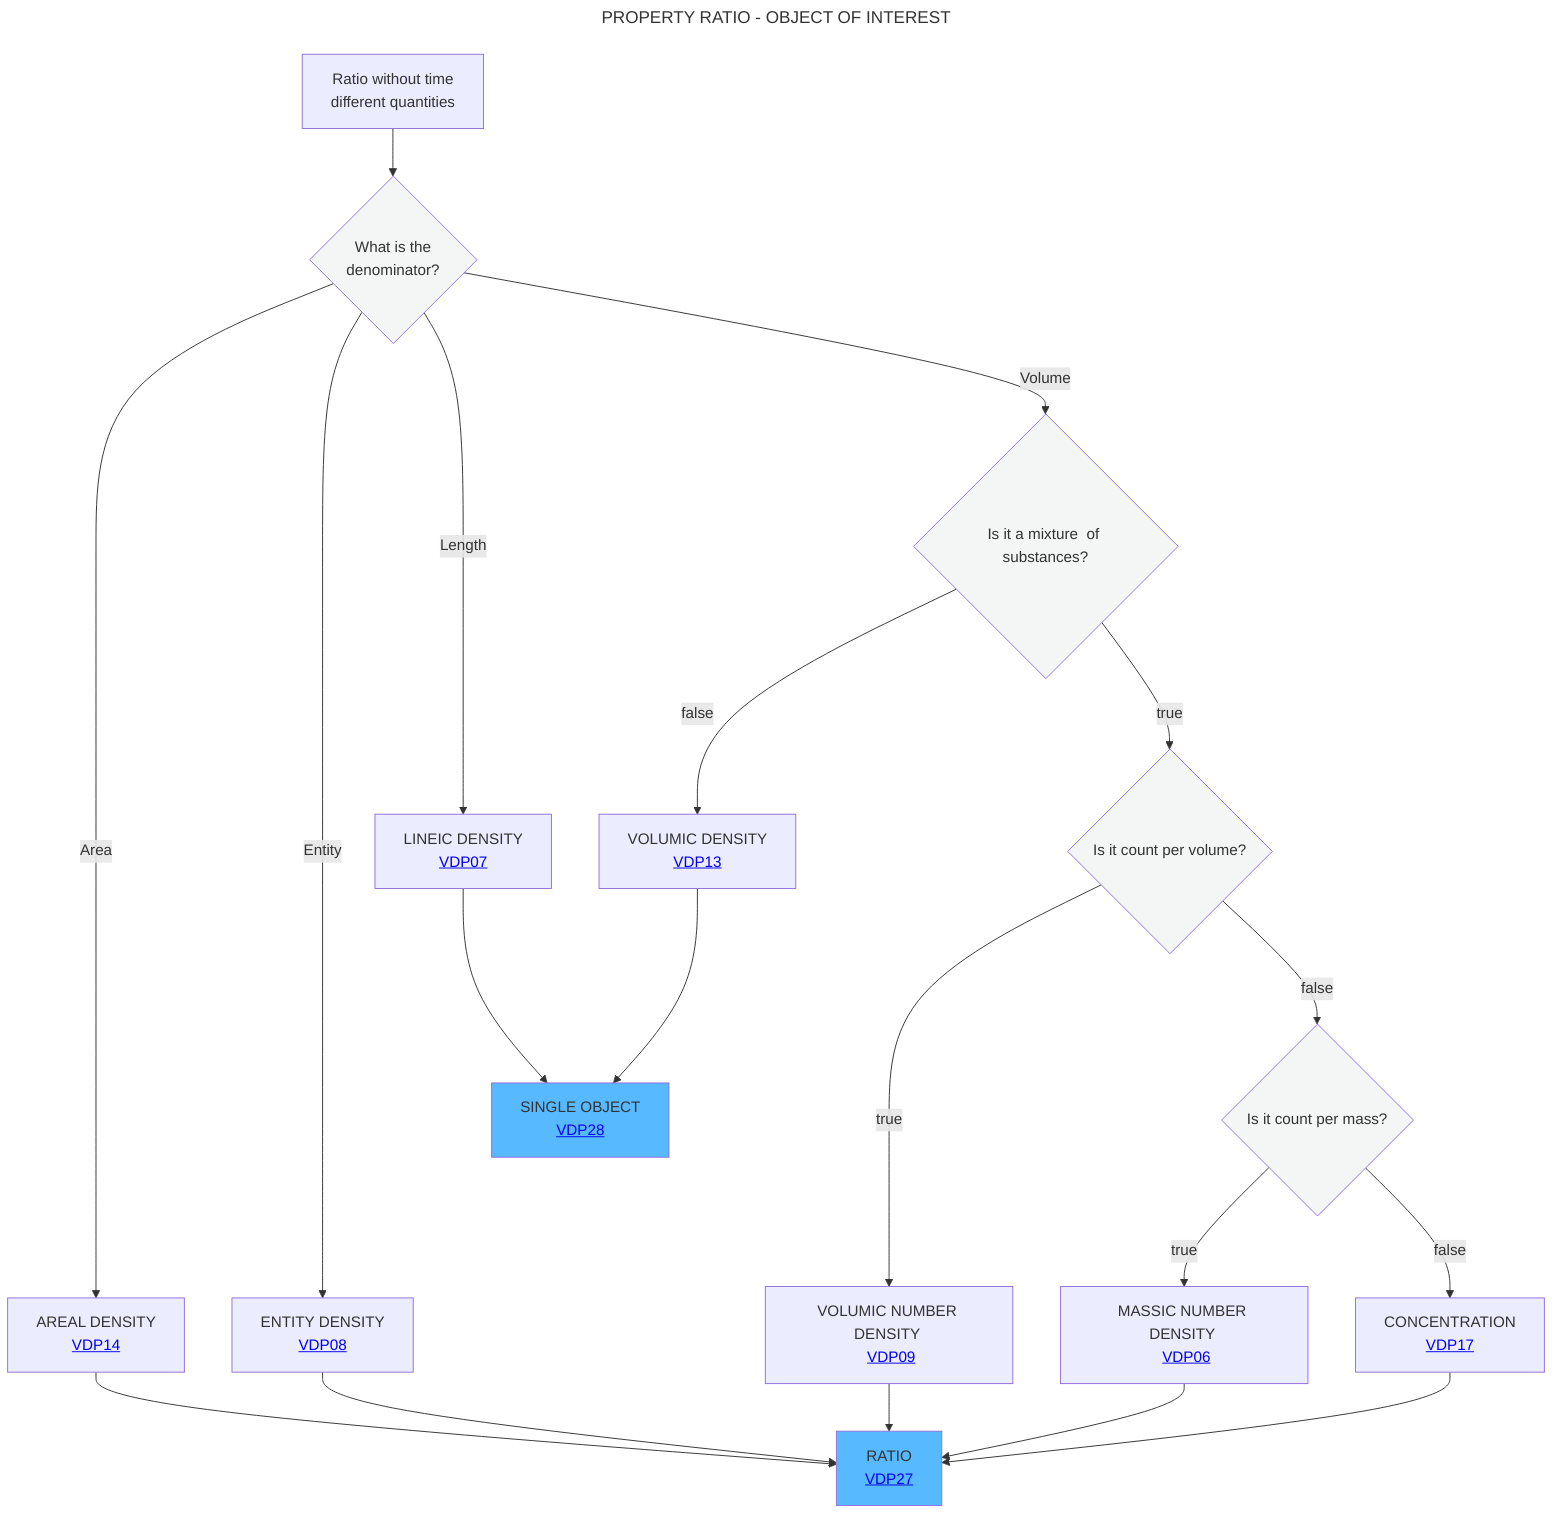
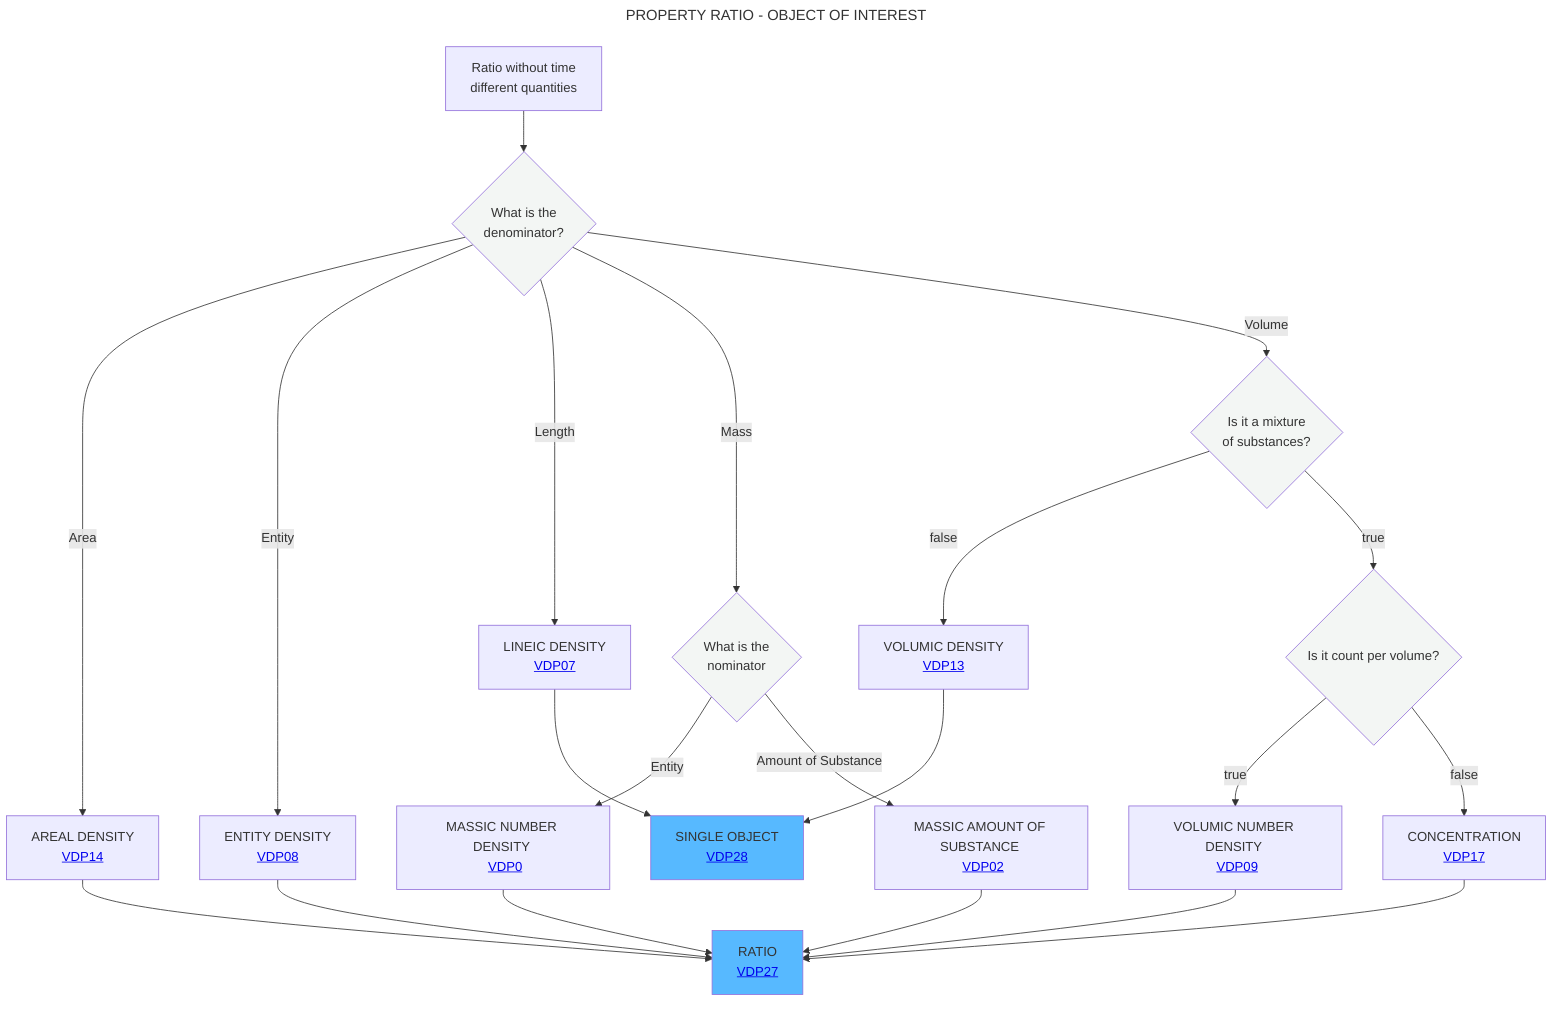
---
title: PROPERTY RATIO - OBJECT OF INTEREST
---
flowchart TD
    A[Ratio without time <br> different quantities] --> B{What is the <br> denominator?}:::white
    B -- Area -->C[AREAL DENSITY <br> <a href='https://github.com/mabablue/I-ADOPT-patterns-playground/blob/main/pattern/VDP14.yaml'>VDP14</a>]
    B -- Entity -->F[ENTITY DENSITY <br> <a href='https://github.com/mabablue/I-ADOPT-patterns-playground/blob/main/pattern/VDP08.yaml'>VDP08</a>]
    B -- Length -->D[LINEIC DENSITY <br> <a href='https://github.com/mabablue/I-ADOPT-patterns-playground/blob/main/pattern/VDP07.yaml'>VDP07</a>]
-     B -- Volume -->G{Is it a mixture <be> of substances?}:::white
+     B -- Mass -->E{What is the <br> nominator}:::white
+     E -- Entity --> L[MASSIC NUMBER DENSITY <br> <a href='https://github.com/mabablue/I-ADOPT-patterns-playground/blob/main/pattern/VDP06.yaml'>VDP0</a>]
+     E -- Amount of Substance --> P[MASSIC AMOUNT OF SUBSTANCE <br> <a href='https://github.com/mabablue/I-ADOPT-patterns-playground/blob/main/pattern/VDP02.yaml'>VDP02</a>]
+     B -- Volume -->G{Is it a mixture <br> of substances?}:::white
    G --> |false|H[VOLUMIC DENSITY <br> <a href='https://github.com/mabablue/I-ADOPT-patterns-playground/blob/main/pattern/VDP13.yaml'>VDP13</a>]
    G--> |true|J{Is it count per volume?}:::white
    J --> |true|I[VOLUMIC NUMBER DENSITY <br> <a href='https://github.com/mabablue/I-ADOPT-patterns-playground/blob/main/pattern/VDP09.yaml'>VDP09</a>]
-     J --> |false|K{Is it count per mass?}:::white
-     K --> |true|L[MASSIC NUMBER DENSITY <br> <a href='https://github.com/mabablue/I-ADOPT-patterns-playground/blob/main/pattern/VDP06.yaml'>VDP06</a>]
-     K --> |false|M[CONCENTRATION <br> <a href='https://github.com/mabablue/I-ADOPT-patterns-playground/blob/main/pattern/VDP17.yaml'>VDP17</a>]
+     J --> |false|M[CONCENTRATION <br> <a href='https://github.com/mabablue/I-ADOPT-patterns-playground/blob/main/pattern/VDP17.yaml'>VDP17</a>]
    I --> N
    C --> N[RATIO <br> <a href='https://github.com/mabablue/I-ADOPT-patterns-playground/blob/main/pattern/VDP27.yaml'>VDP27</a>]:::satblue
    F --> N
    D --> O[SINGLE OBJECT <br> <a href='https://github.com/mabablue/I-ADOPT-patterns-playground/blob/main/pattern/VDP28.yaml'>VDP28</a>]:::satblue
    H --> O
    L --> N
+     P --> N
    M --> N
   classDef blue fill:#90D5FF
   classDef satblue fill:#57B9FF
   classDef white fill:#f3f6f4
   classDef green fill:#6aa84f
